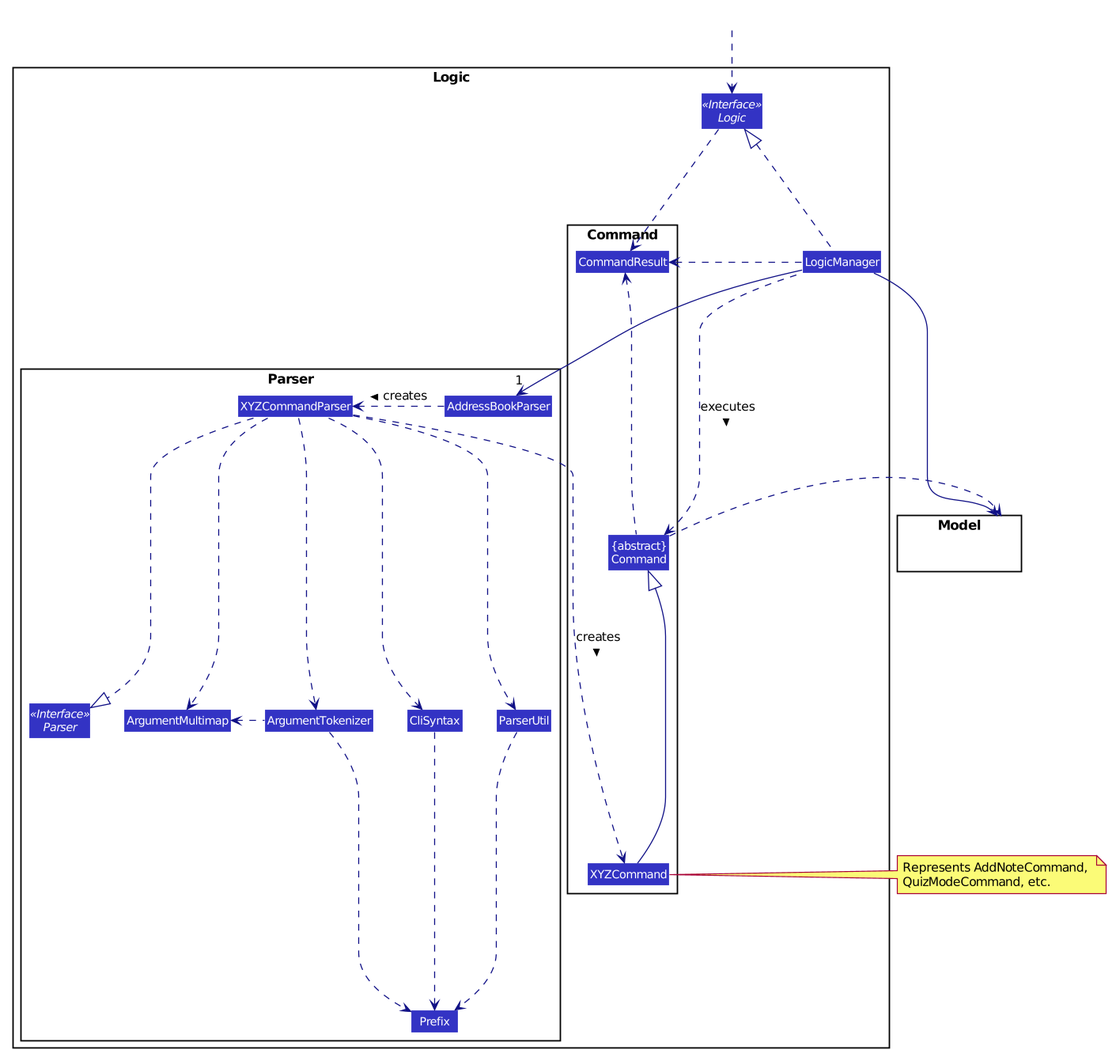
Earlier version of the PlantUML export docs/images/LogicClassDiagram.png (nus-cs2103-AY1920S1/addressbook-level3). Its diagram source:
```plantuml
@startuml








skinparam BackgroundColor #FFFFFFF

skinparam Shadowing false

skinparam Class {
    FontColor #FFFFFF
    BorderThickness 1
    BorderColor #FFFFFF
    StereotypeFontColor #FFFFFF
    FontName Arial
}

skinparam Actor {
    BorderColor #000000
    Color #000000
    FontName Arial
}

skinparam Sequence {
    MessageAlign center
    BoxFontSize 15
    BoxPadding 0
    BoxFontColor #FFFFFF
    FontName Arial
}

skinparam Participant {
    FontColor #FFFFFFF
    Padding 20
}

skinparam MinClassWidth 50
skinparam ParticipantPadding 10
skinparam Shadowing false
skinparam DefaultTextAlignment center
skinparam packageStyle Rectangle

hide footbox
hide members
hide circle
skinparam arrowThickness 1.1
skinparam arrowColor #101086
skinparam classBackgroundColor #3333C4

package Logic {

package Parser {
Interface Parser <<Interface>>
Class AddressBookParser
Class XYZCommandParser
Class CliSyntax
Class ParserUtil
Class ArgumentMultimap
Class ArgumentTokenizer
Class Prefix
}

package Command {
Class XYZCommand
Class CommandResult
Class "{abstract}\nCommand" as Command
}

Interface Logic <<Interface>>
Class LogicManager
}

package Model{
Class HiddenModel #FFFFFF
}

Class HiddenOutside #FFFFFF
HiddenOutside ..> Logic

LogicManager .up.|> Logic
LogicManager -->"1" AddressBookParser
AddressBookParser .left.> XYZCommandParser: creates >

XYZCommandParser ..> XYZCommand : creates >
XYZCommandParser ..|> Parser
XYZCommandParser ..> ArgumentMultimap
XYZCommandParser ..> ArgumentTokenizer
ArgumentTokenizer .left.> ArgumentMultimap
XYZCommandParser ..> CliSyntax
CliSyntax ..> Prefix
XYZCommandParser ..> ParserUtil
ParserUtil .down.> Prefix
ArgumentTokenizer .down.> Prefix
XYZCommand -up-|> Command
LogicManager .left.> Command : executes >

LogicManager --> Model
Command .right.> Model
note right of XYZCommand: Represents AddNoteCommand, \nQuizModeCommand, etc.

Logic ..> CommandResult
LogicManager .down.> CommandResult
Command .up.> CommandResult
CommandResult -[hidden]-> Parser
@enduml
```
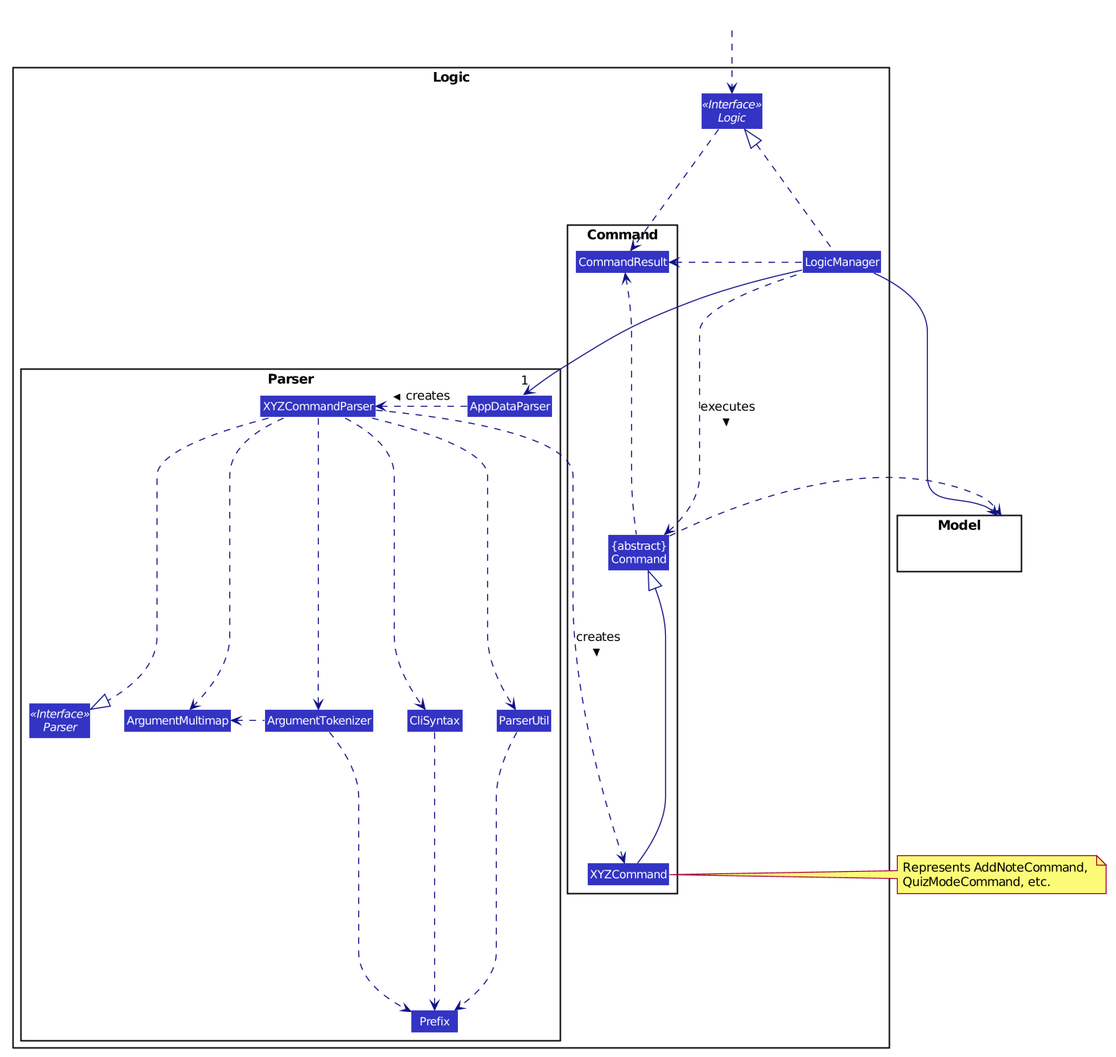
After the change.

What changed in the source:
```diff
@@ -55,7 +55,7 @@
 
 package Parser {
 Interface Parser <<Interface>>
-Class AddressBookParser
+Class AppDataParser
 Class XYZCommandParser
 Class CliSyntax
 Class ParserUtil
@@ -82,8 +82,8 @@
 HiddenOutside ..> Logic
 
 LogicManager .up.|> Logic
-LogicManager -->"1" AddressBookParser
-AddressBookParser .left.> XYZCommandParser: creates >
+LogicManager -->"1" AppDataParser
+AppDataParser .left.> XYZCommandParser: creates >
 
 XYZCommandParser ..> XYZCommand : creates >
 XYZCommandParser ..|> Parser
```
